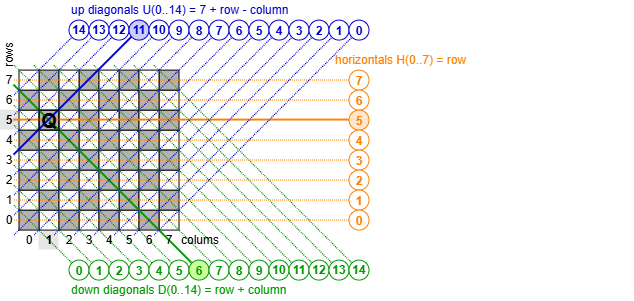
maarten-pennings/C64howto keeps this draw.io diagram as recursion/8queens.drawio.png. Above is the earlier version. Source tidied: cells renumbered, new cells last; positions are measured from the earlier drawing's top-left corner, leaving out a move shared by most shapes.
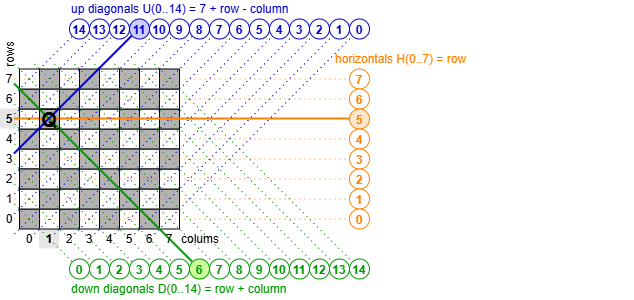
Above is the later version.

Diff of the diagram source:
```diff
@@ -202,3 +202,3 @@
     </mxCell>
-    <mxCell id="68" style="endArrow=none;html=1;rounded=0;strokeColor=#FF8000;fontColor=#FF8000;fontStyle=1;entryX=0;entryY=0.5;entryDx=0;entryDy=0;dashed=1;dashPattern=1 1;" parent="1" edge="1" target="69">
+    <mxCell id="68" style="endArrow=none;html=1;rounded=0;strokeColor=#FF8000;fontColor=#FF8000;fontStyle=1;entryX=0;entryY=0.5;entryDx=0;entryDy=0;dashed=1;dashPattern=1 4;" parent="1" edge="1" target="69">
       <mxGeometry relative="1" as="geometry">
@@ -210,3 +210,3 @@
     </mxCell>
-    <mxCell id="70" style="endArrow=none;html=1;rounded=0;strokeColor=#FF8000;fontColor=#FF8000;fontStyle=1;entryX=0;entryY=0.5;entryDx=0;entryDy=0;dashed=1;dashPattern=1 1;" parent="1" edge="1" target="71">
+    <mxCell id="70" style="endArrow=none;html=1;rounded=0;strokeColor=#FF8000;fontColor=#FF8000;fontStyle=1;entryX=0;entryY=0.5;entryDx=0;entryDy=0;dashed=1;dashPattern=1 4;" parent="1" edge="1" target="71">
       <mxGeometry relative="1" as="geometry">
@@ -226,3 +226,3 @@
     </mxCell>
-    <mxCell id="74" style="endArrow=none;html=1;rounded=0;strokeColor=#FF8000;fontColor=#FF8000;fontStyle=1;entryX=0;entryY=0.5;entryDx=0;entryDy=0;dashed=1;dashPattern=1 1;" parent="1" edge="1" target="75">
+    <mxCell id="74" style="endArrow=none;html=1;rounded=0;strokeColor=#FF8000;fontColor=#FF8000;fontStyle=1;entryX=0;entryY=0.5;entryDx=0;entryDy=0;dashed=1;dashPattern=1 4;" parent="1" edge="1" target="75">
       <mxGeometry relative="1" as="geometry">
@@ -234,3 +234,3 @@
     </mxCell>
-    <mxCell id="76" style="endArrow=none;html=1;rounded=0;strokeColor=#FF8000;fontColor=#FF8000;fontStyle=1;entryX=0;entryY=0.5;entryDx=0;entryDy=0;dashed=1;dashPattern=1 1;" parent="1" edge="1" target="77">
+    <mxCell id="76" style="endArrow=none;html=1;rounded=0;strokeColor=#FF8000;fontColor=#FF8000;fontStyle=1;entryX=0;entryY=0.5;entryDx=0;entryDy=0;dashed=1;dashPattern=1 4;" parent="1" edge="1" target="77">
       <mxGeometry relative="1" as="geometry">
@@ -242,3 +242,3 @@
     </mxCell>
-    <mxCell id="78" style="endArrow=none;html=1;rounded=0;strokeColor=#FF8000;fontColor=#FF8000;fontStyle=1;entryX=0;entryY=0.5;entryDx=0;entryDy=0;dashed=1;dashPattern=1 1;" parent="1" edge="1" target="79">
+    <mxCell id="78" style="endArrow=none;html=1;rounded=0;strokeColor=#FF8000;fontColor=#FF8000;fontStyle=1;entryX=0;entryY=0.5;entryDx=0;entryDy=0;dashed=1;dashPattern=1 4;" parent="1" edge="1" target="79">
       <mxGeometry relative="1" as="geometry">
@@ -250,3 +250,3 @@
     </mxCell>
-    <mxCell id="80" style="endArrow=none;html=1;rounded=0;strokeColor=#FF8000;fontColor=#FF8000;fontStyle=1;entryX=0;entryY=0.5;entryDx=0;entryDy=0;dashed=1;dashPattern=1 1;" parent="1" edge="1" target="81">
+    <mxCell id="80" style="endArrow=none;html=1;rounded=0;strokeColor=#FF8000;fontColor=#FF8000;fontStyle=1;entryX=0;entryY=0.5;entryDx=0;entryDy=0;dashed=1;dashPattern=1 4;" parent="1" edge="1" target="81">
       <mxGeometry relative="1" as="geometry">
@@ -258,3 +258,3 @@
     </mxCell>
-    <mxCell id="82" style="endArrow=none;html=1;rounded=0;strokeColor=#FF8000;fontColor=#FF8000;fontStyle=1;entryX=0;entryY=0.5;entryDx=0;entryDy=0;dashed=1;dashPattern=1 1;" parent="1" edge="1" target="83">
+    <mxCell id="82" style="endArrow=none;html=1;rounded=0;strokeColor=#FF8000;fontColor=#FF8000;fontStyle=1;entryX=0;entryY=0.5;entryDx=0;entryDy=0;dashed=1;dashPattern=1 4;" parent="1" edge="1" target="83">
       <mxGeometry relative="1" as="geometry">
@@ -266,3 +266,3 @@
     </mxCell>
-    <mxCell id="84" style="endArrow=none;html=1;rounded=0;strokeColor=#009900;fontColor=#006600;fontStyle=1;entryX=0;entryY=0;entryDx=0;entryDy=0;dashed=1;dashPattern=1 1;" parent="1" edge="1" target="85">
+    <mxCell id="84" style="endArrow=none;html=1;rounded=0;strokeColor=#009900;fontColor=#006600;fontStyle=1;entryX=0;entryY=0;entryDx=0;entryDy=0;dashed=1;dashPattern=1 4;" parent="1" edge="1" target="85">
       <mxGeometry relative="1" as="geometry">
@@ -274,3 +274,3 @@
     </mxCell>
-    <mxCell id="86" style="endArrow=none;html=1;rounded=0;strokeColor=#009900;fontColor=#006600;fontStyle=1;entryX=0;entryY=0;entryDx=0;entryDy=0;dashed=1;dashPattern=1 1;" parent="1" edge="1" target="87">
+    <mxCell id="86" style="endArrow=none;html=1;rounded=0;strokeColor=#009900;fontColor=#006600;fontStyle=1;entryX=0;entryY=0;entryDx=0;entryDy=0;dashed=1;dashPattern=1 4;" parent="1" edge="1" target="87">
       <mxGeometry relative="1" as="geometry">
@@ -282,3 +282,3 @@
     </mxCell>
-    <mxCell id="88" style="endArrow=none;html=1;rounded=0;strokeColor=#009900;fontColor=#006600;fontStyle=1;entryX=0;entryY=0;entryDx=0;entryDy=0;dashed=1;dashPattern=1 1;" parent="1" edge="1" target="89">
+    <mxCell id="88" style="endArrow=none;html=1;rounded=0;strokeColor=#009900;fontColor=#006600;fontStyle=1;entryX=0;entryY=0;entryDx=0;entryDy=0;dashed=1;dashPattern=1 4;" parent="1" edge="1" target="89">
       <mxGeometry relative="1" as="geometry">
@@ -290,3 +290,3 @@
     </mxCell>
-    <mxCell id="90" style="endArrow=none;html=1;rounded=0;strokeColor=#009900;fontColor=#006600;fontStyle=1;entryX=0;entryY=0;entryDx=0;entryDy=0;dashed=1;dashPattern=1 1;" parent="1" edge="1" target="91">
+    <mxCell id="90" style="endArrow=none;html=1;rounded=0;strokeColor=#009900;fontColor=#006600;fontStyle=1;entryX=0;entryY=0;entryDx=0;entryDy=0;dashed=1;dashPattern=1 4;" parent="1" edge="1" target="91">
       <mxGeometry relative="1" as="geometry">
@@ -298,3 +298,3 @@
     </mxCell>
-    <mxCell id="92" style="endArrow=none;html=1;rounded=0;strokeColor=#009900;fontColor=#006600;fontStyle=1;entryX=0;entryY=0;entryDx=0;entryDy=0;dashed=1;dashPattern=1 1;" parent="1" edge="1" target="93">
+    <mxCell id="92" style="endArrow=none;html=1;rounded=0;strokeColor=#009900;fontColor=#006600;fontStyle=1;entryX=0;entryY=0;entryDx=0;entryDy=0;dashed=1;dashPattern=1 4;" parent="1" edge="1" target="93">
       <mxGeometry relative="1" as="geometry">
@@ -306,3 +306,3 @@
     </mxCell>
-    <mxCell id="94" style="endArrow=none;html=1;rounded=0;strokeColor=#009900;fontColor=#006600;fontStyle=1;entryX=0;entryY=0;entryDx=0;entryDy=0;dashed=1;dashPattern=1 1;" parent="1" edge="1" target="95">
+    <mxCell id="94" style="endArrow=none;html=1;rounded=0;strokeColor=#009900;fontColor=#006600;fontStyle=1;entryX=0;entryY=0;entryDx=0;entryDy=0;dashed=1;dashPattern=1 4;" parent="1" edge="1" target="95">
       <mxGeometry relative="1" as="geometry">
@@ -322,3 +322,3 @@
     </mxCell>
-    <mxCell id="98" style="endArrow=none;html=1;rounded=0;strokeColor=#009900;fontColor=#006600;fontStyle=1;entryX=0;entryY=0;entryDx=0;entryDy=0;dashed=1;dashPattern=1 1;" parent="1" edge="1" target="99">
+    <mxCell id="98" style="endArrow=none;html=1;rounded=0;strokeColor=#009900;fontColor=#006600;fontStyle=1;entryX=0;entryY=0;entryDx=0;entryDy=0;dashed=1;dashPattern=1 4;" parent="1" edge="1" target="99">
       <mxGeometry relative="1" as="geometry">
@@ -330,3 +330,3 @@
     </mxCell>
-    <mxCell id="100" style="endArrow=none;html=1;rounded=0;strokeColor=#009900;fontColor=#006600;fontStyle=1;entryX=0;entryY=0;entryDx=0;entryDy=0;dashed=1;dashPattern=1 1;" parent="1" edge="1" target="101">
+    <mxCell id="100" style="endArrow=none;html=1;rounded=0;strokeColor=#009900;fontColor=#006600;fontStyle=1;entryX=0;entryY=0;entryDx=0;entryDy=0;dashed=1;dashPattern=1 4;" parent="1" edge="1" target="101">
       <mxGeometry relative="1" as="geometry">
@@ -338,3 +338,3 @@
     </mxCell>
-    <mxCell id="102" style="endArrow=none;html=1;rounded=0;strokeColor=#009900;fontColor=#006600;fontStyle=1;entryX=0;entryY=0;entryDx=0;entryDy=0;dashed=1;dashPattern=1 1;" parent="1" edge="1" target="103">
+    <mxCell id="102" style="endArrow=none;html=1;rounded=0;strokeColor=#009900;fontColor=#006600;fontStyle=1;entryX=0;entryY=0;entryDx=0;entryDy=0;dashed=1;dashPattern=1 4;" parent="1" edge="1" target="103">
       <mxGeometry relative="1" as="geometry">
@@ -346,3 +346,3 @@
     </mxCell>
-    <mxCell id="104" style="endArrow=none;html=1;rounded=0;strokeColor=#009900;fontColor=#006600;fontStyle=1;entryX=0;entryY=0;entryDx=0;entryDy=0;dashed=1;dashPattern=1 1;" parent="1" edge="1" target="105">
+    <mxCell id="104" style="endArrow=none;html=1;rounded=0;strokeColor=#009900;fontColor=#006600;fontStyle=1;entryX=0;entryY=0;entryDx=0;entryDy=0;dashed=1;dashPattern=1 4;" parent="1" edge="1" target="105">
       <mxGeometry relative="1" as="geometry">
@@ -354,3 +354,3 @@
     </mxCell>
-    <mxCell id="106" style="endArrow=none;html=1;rounded=0;strokeColor=#009900;fontColor=#006600;fontStyle=1;entryX=0;entryY=0;entryDx=0;entryDy=0;dashed=1;dashPattern=1 1;" parent="1" edge="1" target="107">
+    <mxCell id="106" style="endArrow=none;html=1;rounded=0;strokeColor=#009900;fontColor=#006600;fontStyle=1;entryX=0;entryY=0;entryDx=0;entryDy=0;dashed=1;dashPattern=1 4;" parent="1" edge="1" target="107">
       <mxGeometry relative="1" as="geometry">
@@ -362,3 +362,3 @@
     </mxCell>
-    <mxCell id="108" style="endArrow=none;html=1;rounded=0;strokeColor=#009900;fontColor=#006600;fontStyle=1;entryX=0;entryY=0;entryDx=0;entryDy=0;dashed=1;dashPattern=1 1;" parent="1" edge="1" target="109">
+    <mxCell id="108" style="endArrow=none;html=1;rounded=0;strokeColor=#009900;fontColor=#006600;fontStyle=1;entryX=0;entryY=0;entryDx=0;entryDy=0;dashed=1;dashPattern=1 4;" parent="1" edge="1" target="109">
       <mxGeometry relative="1" as="geometry">
@@ -370,3 +370,3 @@
     </mxCell>
-    <mxCell id="110" style="endArrow=none;html=1;rounded=0;strokeColor=#009900;fontColor=#006600;fontStyle=1;entryX=0;entryY=0;entryDx=0;entryDy=0;dashed=1;dashPattern=1 1;" parent="1" edge="1" target="111">
+    <mxCell id="110" style="endArrow=none;html=1;rounded=0;strokeColor=#009900;fontColor=#006600;fontStyle=1;entryX=0;entryY=0;entryDx=0;entryDy=0;dashed=1;dashPattern=1 4;" parent="1" edge="1" target="111">
       <mxGeometry relative="1" as="geometry">
@@ -378,3 +378,3 @@
     </mxCell>
-    <mxCell id="112" style="endArrow=none;html=1;rounded=0;strokeColor=#009900;fontColor=#006600;fontStyle=1;entryX=0;entryY=0;entryDx=0;entryDy=0;dashed=1;dashPattern=1 1;" parent="1" edge="1" target="113">
+    <mxCell id="112" style="endArrow=none;html=1;rounded=0;strokeColor=#009900;fontColor=#006600;fontStyle=1;entryX=0;entryY=0;entryDx=0;entryDy=0;dashed=1;dashPattern=1 4;" parent="1" edge="1" target="113">
       <mxGeometry relative="1" as="geometry">
@@ -386,3 +386,3 @@
     </mxCell>
-    <mxCell id="114" style="endArrow=none;html=1;rounded=0;strokeColor=#0000CC;fontColor=#0000CC;fontStyle=1;entryX=0;entryY=1;entryDx=0;entryDy=0;dashed=1;dashPattern=1 1;" parent="1" edge="1" target="115">
+    <mxCell id="114" style="endArrow=none;html=1;rounded=0;strokeColor=#0000CC;fontColor=#0000CC;fontStyle=1;entryX=0;entryY=1;entryDx=0;entryDy=0;dashed=1;dashPattern=1 4;" parent="1" edge="1" target="115">
       <mxGeometry relative="1" as="geometry">
@@ -394,3 +394,3 @@
     </mxCell>
-    <mxCell id="116" style="endArrow=none;html=1;rounded=0;strokeColor=#0000CC;fontColor=#0000CC;fontStyle=1;entryX=0;entryY=1;entryDx=0;entryDy=0;dashed=1;dashPattern=1 1;" parent="1" edge="1" target="117">
+    <mxCell id="116" style="endArrow=none;html=1;rounded=0;strokeColor=#0000CC;fontColor=#0000CC;fontStyle=1;entryX=0;entryY=1;entryDx=0;entryDy=0;dashed=1;dashPattern=1 4;" parent="1" edge="1" target="117">
       <mxGeometry relative="1" as="geometry">
@@ -402,3 +402,3 @@
     </mxCell>
-    <mxCell id="118" style="endArrow=none;html=1;rounded=0;strokeColor=#0000CC;fontColor=#0000CC;fontStyle=1;entryX=0;entryY=1;entryDx=0;entryDy=0;dashed=1;dashPattern=1 1;" parent="1" edge="1" target="119">
+    <mxCell id="118" style="endArrow=none;html=1;rounded=0;strokeColor=#0000CC;fontColor=#0000CC;fontStyle=1;entryX=0;entryY=1;entryDx=0;entryDy=0;dashed=1;dashPattern=1 4;" parent="1" edge="1" target="119">
       <mxGeometry relative="1" as="geometry">
@@ -418,3 +418,3 @@
     </mxCell>
-    <mxCell id="122" style="endArrow=none;html=1;rounded=0;strokeColor=#0000CC;fontColor=#0000CC;fontStyle=1;entryX=0;entryY=1;entryDx=0;entryDy=0;dashed=1;dashPattern=1 1;" parent="1" edge="1" target="123">
+    <mxCell id="122" style="endArrow=none;html=1;rounded=0;strokeColor=#0000CC;fontColor=#0000CC;fontStyle=1;entryX=0;entryY=1;entryDx=0;entryDy=0;dashed=1;dashPattern=1 4;" parent="1" edge="1" target="123">
       <mxGeometry relative="1" as="geometry">
@@ -426,3 +426,3 @@
     </mxCell>
-    <mxCell id="124" style="endArrow=none;html=1;rounded=0;strokeColor=#0000CC;fontColor=#0000CC;fontStyle=1;entryX=0;entryY=1;entryDx=0;entryDy=0;dashed=1;dashPattern=1 1;" parent="1" edge="1" target="125">
+    <mxCell id="124" style="endArrow=none;html=1;rounded=0;strokeColor=#0000CC;fontColor=#0000CC;fontStyle=1;entryX=0;entryY=1;entryDx=0;entryDy=0;dashed=1;dashPattern=1 4;" parent="1" edge="1" target="125">
       <mxGeometry relative="1" as="geometry">
@@ -434,3 +434,3 @@
     </mxCell>
-    <mxCell id="126" style="endArrow=none;html=1;rounded=0;strokeColor=#0000CC;fontColor=#0000CC;fontStyle=1;entryX=0;entryY=1;entryDx=0;entryDy=0;dashed=1;dashPattern=1 1;" parent="1" edge="1" target="127">
+    <mxCell id="126" style="endArrow=none;html=1;rounded=0;strokeColor=#0000CC;fontColor=#0000CC;fontStyle=1;entryX=0;entryY=1;entryDx=0;entryDy=0;dashed=1;dashPattern=1 4;" parent="1" edge="1" target="127">
       <mxGeometry relative="1" as="geometry">
@@ -442,3 +442,3 @@
     </mxCell>
-    <mxCell id="128" style="endArrow=none;html=1;rounded=0;strokeColor=#0000CC;fontColor=#0000CC;fontStyle=1;entryX=0;entryY=1;entryDx=0;entryDy=0;dashed=1;dashPattern=1 1;" parent="1" edge="1" target="129">
+    <mxCell id="128" style="endArrow=none;html=1;rounded=0;strokeColor=#0000CC;fontColor=#0000CC;fontStyle=1;entryX=0;entryY=1;entryDx=0;entryDy=0;dashed=1;dashPattern=1 4;" parent="1" edge="1" target="129">
       <mxGeometry relative="1" as="geometry">
@@ -450,3 +450,3 @@
     </mxCell>
-    <mxCell id="130" style="endArrow=none;html=1;rounded=0;strokeColor=#0000CC;fontColor=#0000CC;fontStyle=1;entryX=0;entryY=1;entryDx=0;entryDy=0;dashed=1;dashPattern=1 1;" parent="1" edge="1" target="131">
+    <mxCell id="130" style="endArrow=none;html=1;rounded=0;strokeColor=#0000CC;fontColor=#0000CC;fontStyle=1;entryX=0;entryY=1;entryDx=0;entryDy=0;dashed=1;dashPattern=1 4;" parent="1" edge="1" target="131">
       <mxGeometry relative="1" as="geometry">
@@ -458,3 +458,3 @@
     </mxCell>
-    <mxCell id="132" style="endArrow=none;html=1;rounded=0;strokeColor=#0000CC;fontColor=#0000CC;fontStyle=1;entryX=0;entryY=1;entryDx=0;entryDy=0;dashed=1;dashPattern=1 1;" parent="1" edge="1" target="133">
+    <mxCell id="132" style="endArrow=none;html=1;rounded=0;strokeColor=#0000CC;fontColor=#0000CC;fontStyle=1;entryX=0;entryY=1;entryDx=0;entryDy=0;dashed=1;dashPattern=1 4;" parent="1" edge="1" target="133">
       <mxGeometry relative="1" as="geometry">
@@ -466,3 +466,3 @@
     </mxCell>
-    <mxCell id="134" style="endArrow=none;html=1;rounded=0;strokeColor=#0000CC;fontColor=#0000CC;fontStyle=1;entryX=0;entryY=1;entryDx=0;entryDy=0;dashed=1;dashPattern=1 1;" parent="1" edge="1" target="135">
+    <mxCell id="134" style="endArrow=none;html=1;rounded=0;strokeColor=#0000CC;fontColor=#0000CC;fontStyle=1;entryX=0;entryY=1;entryDx=0;entryDy=0;dashed=1;dashPattern=1 4;" parent="1" edge="1" target="135">
       <mxGeometry relative="1" as="geometry">
@@ -474,3 +474,3 @@
     </mxCell>
-    <mxCell id="136" style="endArrow=none;html=1;rounded=0;strokeColor=#0000CC;fontColor=#0000CC;fontStyle=1;entryX=0;entryY=1;entryDx=0;entryDy=0;dashed=1;dashPattern=1 1;" parent="1" edge="1" target="137">
+    <mxCell id="136" style="endArrow=none;html=1;rounded=0;strokeColor=#0000CC;fontColor=#0000CC;fontStyle=1;entryX=0;entryY=1;entryDx=0;entryDy=0;dashed=1;dashPattern=1 4;" parent="1" edge="1" target="137">
       <mxGeometry relative="1" as="geometry">
@@ -482,3 +482,3 @@
     </mxCell>
-    <mxCell id="138" style="endArrow=none;html=1;rounded=0;strokeColor=#0000CC;fontColor=#0000CC;fontStyle=1;entryX=0;entryY=1;entryDx=0;entryDy=0;dashed=1;dashPattern=1 1;" parent="1" edge="1" target="139">
+    <mxCell id="138" style="endArrow=none;html=1;rounded=0;strokeColor=#0000CC;fontColor=#0000CC;fontStyle=1;entryX=0;entryY=1;entryDx=0;entryDy=0;dashed=1;dashPattern=1 4;" parent="1" edge="1" target="139">
       <mxGeometry relative="1" as="geometry">
@@ -490,3 +490,3 @@
     </mxCell>
-    <mxCell id="140" style="endArrow=none;html=1;rounded=0;strokeColor=#0000CC;fontColor=#0000CC;fontStyle=1;entryX=0;entryY=1;entryDx=0;entryDy=0;dashed=1;dashPattern=1 1;" parent="1" edge="1" target="141">
+    <mxCell id="140" style="endArrow=none;html=1;rounded=0;strokeColor=#0000CC;fontColor=#0000CC;fontStyle=1;entryX=0;entryY=1;entryDx=0;entryDy=0;dashed=1;dashPattern=1 4;" parent="1" edge="1" target="141">
       <mxGeometry relative="1" as="geometry">
@@ -498,3 +498,3 @@
     </mxCell>
-    <mxCell id="142" style="endArrow=none;html=1;rounded=0;strokeColor=#0000CC;fontColor=#0000CC;fontStyle=1;entryX=0;entryY=1;entryDx=0;entryDy=0;dashed=1;dashPattern=1 1;" parent="1" edge="1" target="143">
+    <mxCell id="142" style="endArrow=none;html=1;rounded=0;strokeColor=#0000CC;fontColor=#0000CC;fontStyle=1;entryX=0;entryY=1;entryDx=0;entryDy=0;dashed=1;dashPattern=1 4;" parent="1" edge="1" target="143">
       <mxGeometry relative="1" as="geometry">
```
